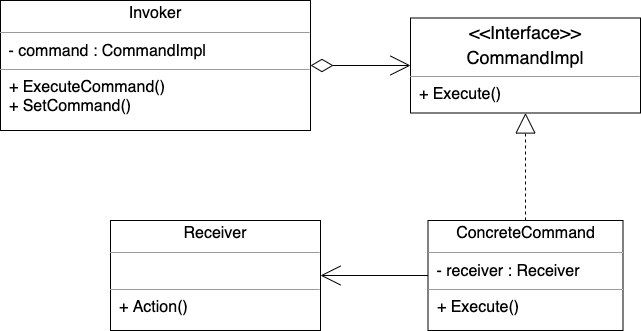
Before: img/pattern-command.png, a diagram exported from draw.io (boilingfrog/design-pattern-learning). Source tidied: cells renumbered, new cells last; positions are measured from the earlier drawing's top-left corner, leaving out a move shared by most shapes. Its diagram source:
```xml
<mxGraphModel>
  <root>
    <mxCell id="0" />
    <mxCell id="1" parent="0" />
    <mxCell id="2" style="edgeStyle=orthogonalEdgeStyle;rounded=0;jumpStyle=none;html=1;entryX=0;entryY=0.5;entryDx=0;entryDy=0;shadow=0;startArrow=diamondThin;startFill=0;endArrow=open;endFill=0;endSize=18;startSize=20;" parent="1" edge="1" source="3" target="4">
      <mxGeometry relative="1" as="geometry" />
    </mxCell>
    <mxCell id="3" value="&lt;p style=&quot;text-align: center ; margin: 4px 0px 0px&quot;&gt;&lt;span style=&quot;font-size: 16px&quot;&gt;Invoker&lt;/span&gt;&lt;/p&gt;&lt;hr size=&quot;1&quot; style=&quot;font-size: 18px&quot;&gt;&lt;p style=&quot;margin: 0px 0px 0px 4px ; font-size: 16px&quot;&gt;&lt;span&gt;&amp;nbsp;- command : CommandImpl&lt;/span&gt;&lt;/p&gt;&lt;hr size=&quot;1&quot; style=&quot;font-size: 16px&quot;&gt;&lt;span style=&quot;font-size: 16px&quot;&gt;&amp;nbsp; + ExecuteCommand()&lt;br&gt;&amp;nbsp; + SetCommand()&lt;br&gt;&lt;/span&gt;" style="verticalAlign=top;align=left;overflow=fill;fontSize=12;fontFamily=Helvetica;html=1;" parent="1" vertex="1">
      <mxGeometry width="310" height="130" as="geometry" />
    </mxCell>
    <mxCell id="4" value="&lt;p style=&quot;margin: 4px 0px 0px ; text-align: center ; font-size: 18px&quot;&gt;&amp;lt;&amp;lt;Interface&amp;gt;&amp;gt;&lt;/p&gt;&lt;p style=&quot;margin: 4px 0px 0px ; text-align: center ; font-size: 18px&quot;&gt;CommandImpl&lt;/p&gt;&lt;hr size=&quot;1&quot; style=&quot;font-size: 16px&quot;&gt;&lt;span style=&quot;font-size: 16px&quot;&gt;&amp;nbsp; + Execute()&lt;/span&gt;&lt;br style=&quot;font-size: 16px&quot;&gt;&lt;span style=&quot;font-size: 16px&quot;&gt;&lt;br&gt;&lt;/span&gt;" style="verticalAlign=top;align=left;overflow=fill;fontSize=12;fontFamily=Helvetica;html=1;" parent="1" vertex="1">
      <mxGeometry x="410" y="17.5" width="230" height="95" as="geometry" />
    </mxCell>
    <mxCell id="5" style="edgeStyle=none;html=1;entryX=0.5;entryY=1;entryDx=0;entryDy=0;endArrow=block;endFill=0;endSize=18;dashed=1;" parent="1" edge="1" source="7" target="4">
      <mxGeometry relative="1" as="geometry" />
    </mxCell>
    <mxCell id="6" style="edgeStyle=none;html=1;entryX=1;entryY=0.5;entryDx=0;entryDy=0;endArrow=open;endFill=0;endSize=18;" parent="1" edge="1" source="7" target="8">
      <mxGeometry relative="1" as="geometry" />
    </mxCell>
    <mxCell id="7" value="&lt;p style=&quot;text-align: center ; margin: 4px 0px 0px&quot;&gt;&lt;span style=&quot;font-size: 16px&quot;&gt;ConcreteCommand&lt;/span&gt;&lt;/p&gt;&lt;hr size=&quot;1&quot; style=&quot;font-size: 18px&quot;&gt;&lt;p style=&quot;margin: 0px 0px 0px 4px ; font-size: 16px&quot;&gt;&lt;span&gt;&amp;nbsp;- receiver : Receiver&lt;/span&gt;&lt;/p&gt;&lt;hr size=&quot;1&quot; style=&quot;font-size: 16px&quot;&gt;&lt;span style=&quot;font-size: 16px&quot;&gt;&amp;nbsp; + Execute()&lt;br&gt;&lt;/span&gt;" style="verticalAlign=top;align=left;overflow=fill;fontSize=12;fontFamily=Helvetica;html=1;" parent="1" vertex="1">
      <mxGeometry x="427.5" y="220" width="195" height="110" as="geometry" />
    </mxCell>
    <mxCell id="8" value="&lt;p style=&quot;text-align: center ; margin: 4px 0px 0px&quot;&gt;&lt;span style=&quot;font-size: 16px&quot;&gt;Receiver&lt;/span&gt;&lt;/p&gt;&lt;hr size=&quot;1&quot; style=&quot;font-size: 18px&quot;&gt;&lt;p style=&quot;margin: 0px 0px 0px 4px ; font-size: 16px&quot;&gt;&lt;span&gt;&amp;nbsp;&lt;/span&gt;&lt;/p&gt;&lt;hr size=&quot;1&quot; style=&quot;font-size: 16px&quot;&gt;&lt;span style=&quot;font-size: 16px&quot;&gt;&amp;nbsp; + Action()&lt;br&gt;&lt;/span&gt;" style="verticalAlign=top;align=left;overflow=fill;fontSize=12;fontFamily=Helvetica;html=1;" parent="1" vertex="1">
      <mxGeometry x="110" y="220" width="210" height="110" as="geometry" />
    </mxCell>
  </root>
</mxGraphModel>
```
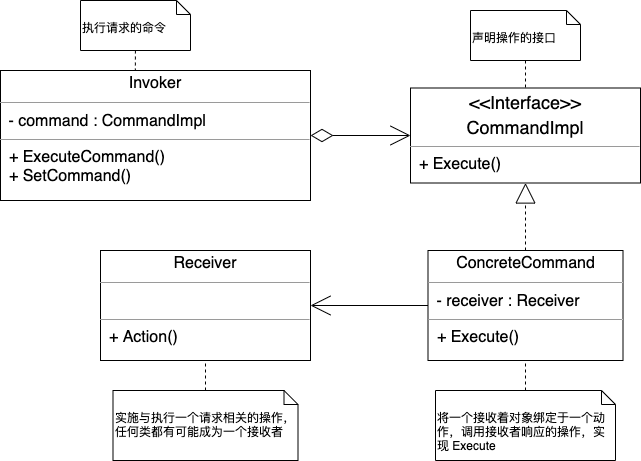
Above is the later version.

Change to the diagram source:
```diff
@@ -18,10 +18,34 @@
       <mxGeometry relative="1" as="geometry" />
     </mxCell>
     <mxCell id="7" value="&lt;p style=&quot;text-align: center ; margin: 4px 0px 0px&quot;&gt;&lt;span style=&quot;font-size: 16px&quot;&gt;ConcreteCommand&lt;/span&gt;&lt;/p&gt;&lt;hr size=&quot;1&quot; style=&quot;font-size: 18px&quot;&gt;&lt;p style=&quot;margin: 0px 0px 0px 4px ; font-size: 16px&quot;&gt;&lt;span&gt;&amp;nbsp;- receiver : Receiver&lt;/span&gt;&lt;/p&gt;&lt;hr size=&quot;1&quot; style=&quot;font-size: 16px&quot;&gt;&lt;span style=&quot;font-size: 16px&quot;&gt;&amp;nbsp; + Execute()&lt;br&gt;&lt;/span&gt;" style="verticalAlign=top;align=left;overflow=fill;fontSize=12;fontFamily=Helvetica;html=1;" parent="1" vertex="1">
-      <mxGeometry x="427.5" y="220" width="195" height="110" as="geometry" />
+      <mxGeometry x="427.5" y="180" width="195" height="110" as="geometry" />
     </mxCell>
     <mxCell id="8" value="&lt;p style=&quot;text-align: center ; margin: 4px 0px 0px&quot;&gt;&lt;span style=&quot;font-size: 16px&quot;&gt;Receiver&lt;/span&gt;&lt;/p&gt;&lt;hr size=&quot;1&quot; style=&quot;font-size: 18px&quot;&gt;&lt;p style=&quot;margin: 0px 0px 0px 4px ; font-size: 16px&quot;&gt;&lt;span&gt;&amp;nbsp;&lt;/span&gt;&lt;/p&gt;&lt;hr size=&quot;1&quot; style=&quot;font-size: 16px&quot;&gt;&lt;span style=&quot;font-size: 16px&quot;&gt;&amp;nbsp; + Action()&lt;br&gt;&lt;/span&gt;" style="verticalAlign=top;align=left;overflow=fill;fontSize=12;fontFamily=Helvetica;html=1;" parent="1" vertex="1">
-      <mxGeometry x="110" y="220" width="210" height="110" as="geometry" />
+      <mxGeometry x="100" y="180" width="210" height="110" as="geometry" />
     </mxCell>
+    <mxCell id="9" style="edgeStyle=none;html=1;entryX=0.435;entryY=0;entryDx=0;entryDy=0;entryPerimeter=0;endArrow=none;endFill=0;endSize=18;dashed=1;" parent="1" edge="1" source="10" target="3">
+      <mxGeometry relative="1" as="geometry" />
+    </mxCell>
+    <mxCell id="10" value="执行请求的命令" style="shape=note2;boundedLbl=1;whiteSpace=wrap;html=1;size=14;verticalAlign=top;align=left;" parent="1" vertex="1">
+      <mxGeometry x="80" y="-70" width="110" height="50" as="geometry" />
+    </mxCell>
+    <mxCell id="11" style="edgeStyle=none;html=1;entryX=0.5;entryY=0;entryDx=0;entryDy=0;dashed=1;endArrow=none;endFill=0;endSize=18;" parent="1" edge="1" source="12" target="4">
+      <mxGeometry relative="1" as="geometry" />
+    </mxCell>
+    <mxCell id="12" value="声明操作的接口" style="shape=note2;boundedLbl=1;whiteSpace=wrap;html=1;size=14;verticalAlign=top;align=left;" parent="1" vertex="1">
+      <mxGeometry x="470" y="-60" width="110" height="50" as="geometry" />
+    </mxCell>
+    <mxCell id="13" style="edgeStyle=none;html=1;dashed=1;endArrow=none;endFill=0;endSize=18;" parent="1" edge="1" source="14" target="7">
+      <mxGeometry relative="1" as="geometry" />
+    </mxCell>
+    <mxCell id="14" value="将一个接收着对象绑定于一个动作，调用接收者响应的操作，实现 Execute" style="shape=note2;boundedLbl=1;whiteSpace=wrap;html=1;size=14;verticalAlign=top;align=left;" parent="1" vertex="1">
+      <mxGeometry x="435" y="320" width="180" height="70" as="geometry" />
+    </mxCell>
+    <mxCell id="15" style="edgeStyle=none;html=1;entryX=0.5;entryY=1;entryDx=0;entryDy=0;dashed=1;endArrow=none;endFill=0;endSize=18;" parent="1" edge="1" source="16" target="8">
+      <mxGeometry relative="1" as="geometry" />
+    </mxCell>
+    <mxCell id="16" value="实施与执行一个请求相关的操作，任何类都有可能成为一个接收者" style="shape=note2;boundedLbl=1;whiteSpace=wrap;html=1;size=14;verticalAlign=top;align=left;" parent="1" vertex="1">
+      <mxGeometry x="112.5" y="320" width="185" height="70" as="geometry" />
+    </mxCell>
   </root>
 </mxGraphModel>
```
